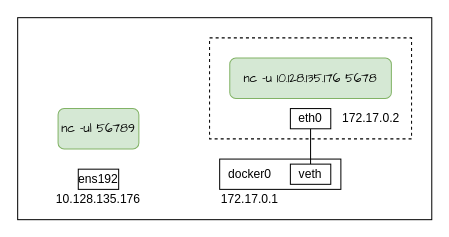
Earlier version of the draw.io diagram trouble.drawio (Richard-Joe/draw-io). Source tidied: cells renumbered, new cells numbered last; positions are measured from the earlier drawing's top-left corner, leaving out a move shared by most shapes. Both pictures are drawn from the tidied source at 101%, with x=0, y=0 at pixel (17, 17).
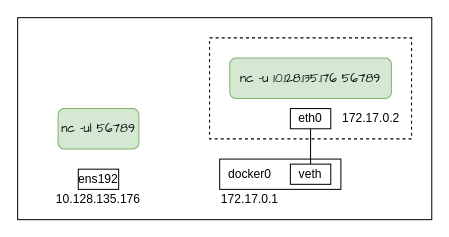
After the change.

The edit, as a diff of the source:
```diff
@@
 <mxGraphModel>
   <root>
     <mxCell id="0" />
     <mxCell id="1" parent="0" />
     <mxCell id="2" style="rounded=0;whiteSpace=wrap;html=1;" parent="1" vertex="1">
       <mxGeometry width="410" height="200" as="geometry" />
     </mxCell>
     <mxCell id="3" style="rounded=0;whiteSpace=wrap;html=1;dashed=1;" parent="1" vertex="1">
       <mxGeometry x="190" y="20" width="200" height="100" as="geometry" />
     </mxCell>
     <mxCell id="4" value="&lt;font face=&quot;Comic Sans MS&quot;&gt;nc -ul 56789&lt;/font&gt;" style="rounded=1;whiteSpace=wrap;html=1;fillColor=#d5e8d4;strokeColor=#82b366;" parent="1" vertex="1">
       <mxGeometry x="40" y="90" width="80" height="40" as="geometry" />
     </mxCell>
-    <mxCell id="5" value="&lt;font face=&quot;Comic Sans MS&quot;&gt;nc -u 10.128.135.176 5678&lt;/font&gt;" style="rounded=1;whiteSpace=wrap;html=1;fillColor=#d5e8d4;strokeColor=#82b366;" parent="1" vertex="1">
+    <mxCell id="5" value="&lt;font face=&quot;Comic Sans MS&quot;&gt;nc -u 10.128.135.176 56789&lt;/font&gt;" style="rounded=1;whiteSpace=wrap;html=1;fillColor=#d5e8d4;strokeColor=#82b366;" parent="1" vertex="1">
       <mxGeometry x="210" y="40" width="160" height="40" as="geometry" />
     </mxCell>
     <mxCell id="6" style="rounded=0;whiteSpace=wrap;html=1;" parent="1" vertex="1">
       <mxGeometry x="200" y="140" width="120" height="30" as="geometry" />
     </mxCell>
     <mxCell id="7" value="172.17.0.1" style="text;html=1;strokeColor=none;fillColor=none;align=center;verticalAlign=middle;whiteSpace=wrap;rounded=0;" parent="1" vertex="1">
       <mxGeometry x="200" y="170" width="60" height="20" as="geometry" />
     </mxCell>
     <mxCell id="8" style="edgeStyle=orthogonalEdgeStyle;rounded=0;jettySize=auto;html=1;endArrow=none;endFill=0;" parent="1" edge="1" source="9" target="11">
       <mxGeometry relative="1" as="geometry" />
     </mxCell>
     <mxCell id="9" value="eth0" style="rounded=0;whiteSpace=wrap;html=1;" parent="1" vertex="1">
       <mxGeometry x="270" y="90" width="40" height="20" as="geometry" />
     </mxCell>
     <mxCell id="10" value="docker0" style="text;html=1;strokeColor=none;fillColor=none;align=center;verticalAlign=middle;whiteSpace=wrap;rounded=0;" parent="1" vertex="1">
       <mxGeometry x="200" y="145" width="60" height="20" as="geometry" />
     </mxCell>
     <mxCell id="11" value="veth" style="rounded=0;whiteSpace=wrap;html=1;" parent="1" vertex="1">
       <mxGeometry x="270" y="145" width="40" height="20" as="geometry" />
     </mxCell>
     <mxCell id="12" value="ens192" style="rounded=0;whiteSpace=wrap;html=1;" parent="1" vertex="1">
       <mxGeometry x="60" y="150" width="40" height="20" as="geometry" />
     </mxCell>
     <mxCell id="13" value="172.17.0.2" style="text;html=1;strokeColor=none;fillColor=none;align=center;verticalAlign=middle;whiteSpace=wrap;rounded=0;" parent="1" vertex="1">
       <mxGeometry x="320" y="90" width="60" height="20" as="geometry" />
     </mxCell>
     <mxCell id="14" value="10.128.135.176" style="text;html=1;strokeColor=none;fillColor=none;align=center;verticalAlign=middle;whiteSpace=wrap;rounded=0;" parent="1" vertex="1">
       <mxGeometry x="40" y="170" width="80" height="20" as="geometry" />
     </mxCell>
   </root>
 </mxGraphModel>
```
